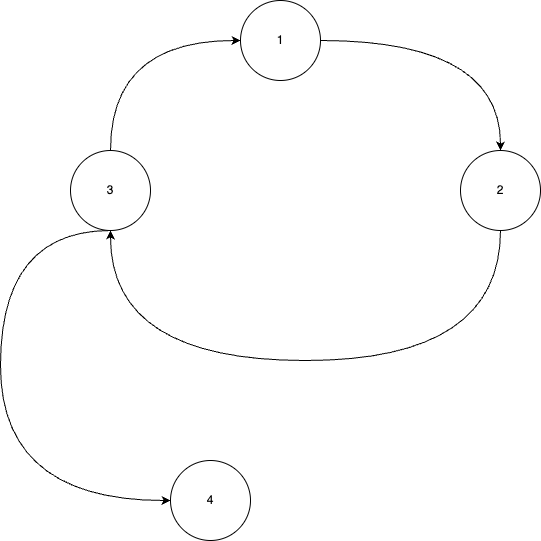
The draw.io diagram 01.運用関連/img/GitFlow.png in takemitsu255/ux-docs, before a commit. Source tidied: cells renumbered, new cells last; positions are measured from the earlier drawing's top-left corner, leaving out a move shared by most shapes.
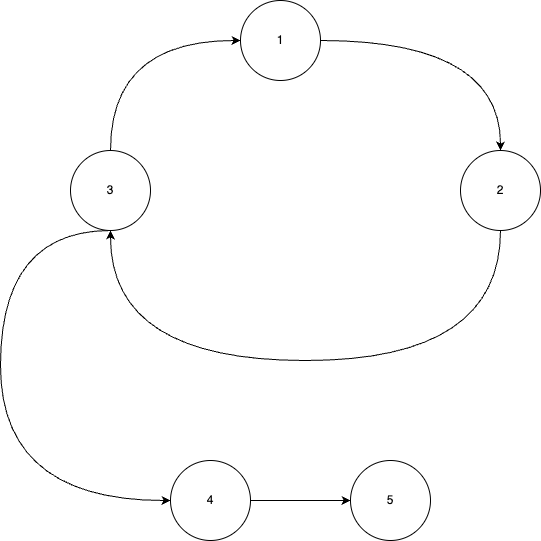
Above is the later version.

Change to the diagram source:
```diff
@@ -33,8 +33,14 @@
     <mxCell id="8" value="3" style="ellipse;whiteSpace=wrap;html=1;" parent="1" vertex="1">
       <mxGeometry x="70" y="150" width="80" height="80" as="geometry" />
     </mxCell>
+    <mxCell id="10" style="edgeStyle=none;html=1;" parent="1" edge="1" source="9" target="11">
+      <mxGeometry relative="1" as="geometry" />
+    </mxCell>
     <mxCell id="9" value="4" style="ellipse;whiteSpace=wrap;html=1;" parent="1" vertex="1">
       <mxGeometry x="170" y="460" width="80" height="80" as="geometry" />
     </mxCell>
+    <mxCell id="11" value="5" style="ellipse;whiteSpace=wrap;html=1;" parent="1" vertex="1">
+      <mxGeometry x="350" y="460" width="80" height="80" as="geometry" />
+    </mxCell>
   </root>
 </mxGraphModel>
```
